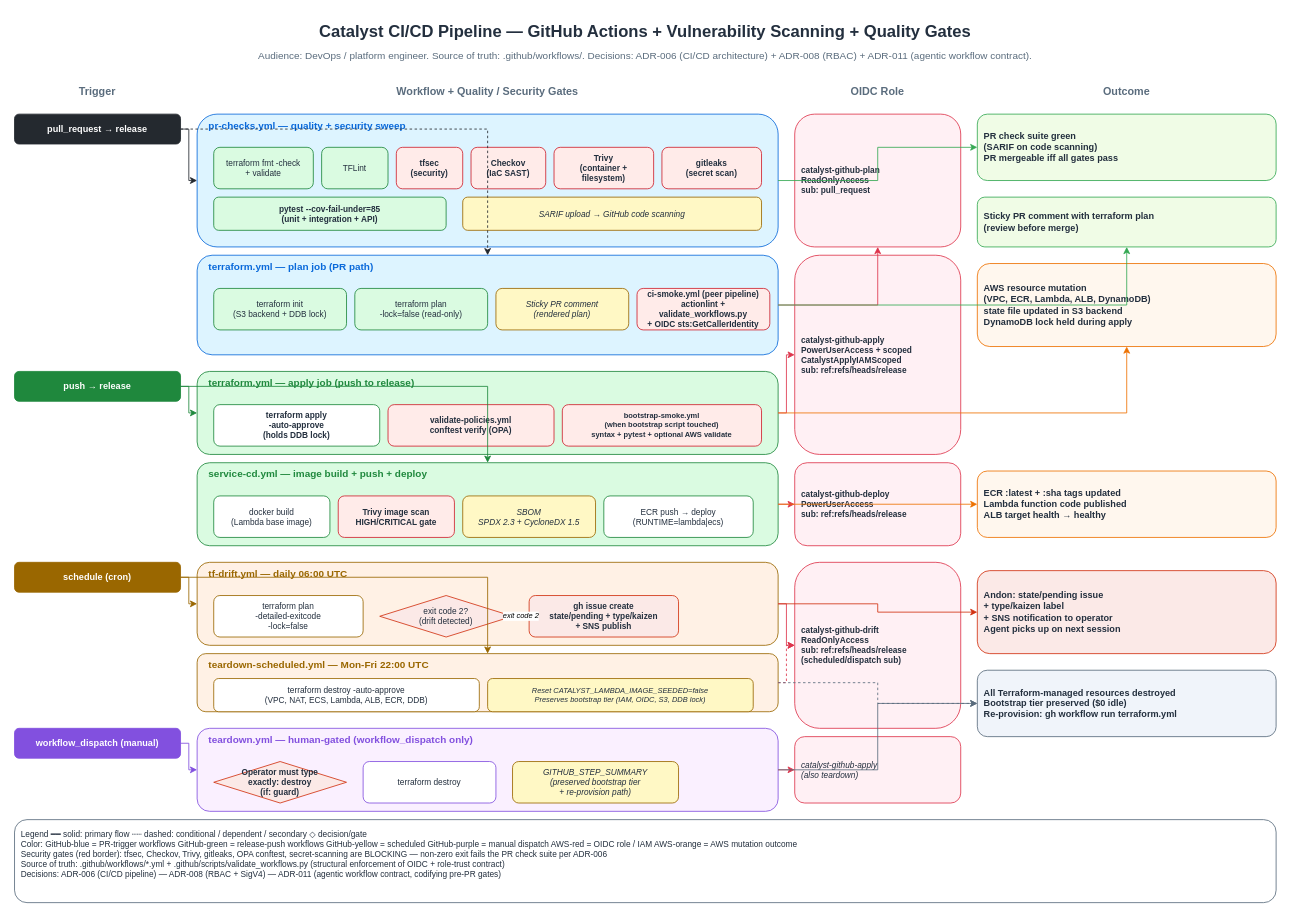
This is diagrams/cicd-pipeline.drawio from Cloud-Byte-Consulting/Catalyst, a draw.io file, before an edit. Source tidied: cells renumbered, new cells numbered last; positions are measured from the earlier drawing's top-left corner, leaving out a move shared by most shapes. Both pictures are drawn from the tidied source at 83%, with x=0, y=0 at pixel (14, 14).
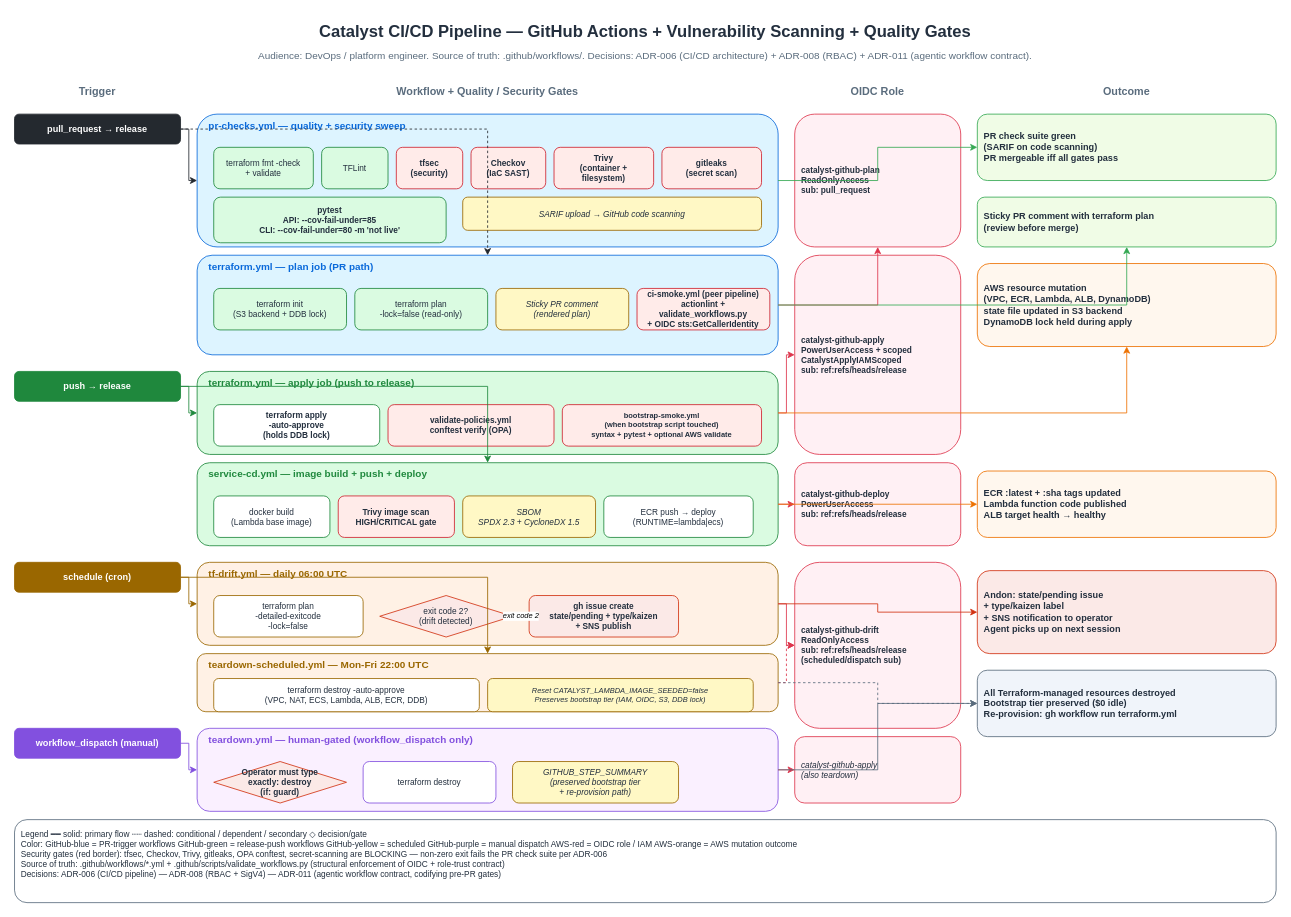
Above is the later version.

Commit message (it also covers changes not shown here):
docs(cli): reflect post-chain test state in README + smoke-tests + cicd diagram (#162)

The change refers to these unchanged cells:
```xml
<mxCell id="12" value="pr-checks.yml — quality + security sweep" style="rounded=1;whiteSpace=wrap;html=1;fillColor=#DDF4FF;strokeColor=#0969DA;fontSize=12;fontStyle=1;verticalAlign=top;align=left;spacingLeft=12;fontColor=#0969DA;" parent="1" vertex="1">
  <mxGeometry x="220" y="120" width="700" height="160" as="geometry" />
</mxCell>
```

Change to the diagram source:
```diff
@@
-    <mxCell id="19" value="pytest --cov-fail-under=85&#10;(unit + integration + API)" style="rounded=1;whiteSpace=wrap;html=1;fillColor=#DAFBE1;strokeColor=#1F883D;fontSize=10;fontColor=#232F3E;spacing=6;align=center;fontStyle=1;" parent="12" vertex="1">
-      <mxGeometry x="20" y="100" width="280" height="40" as="geometry" />
+    <mxCell id="19" value="pytest&#10;API: --cov-fail-under=85&#10;CLI: --cov-fail-under=80 -m 'not live'" style="rounded=1;whiteSpace=wrap;html=1;fillColor=#DAFBE1;strokeColor=#1F883D;fontSize=10;fontColor=#232F3E;spacing=6;align=center;fontStyle=1;" parent="12" vertex="1">
+      <mxGeometry x="20" y="100" width="280" height="55" as="geometry" />
     </mxCell>
```
